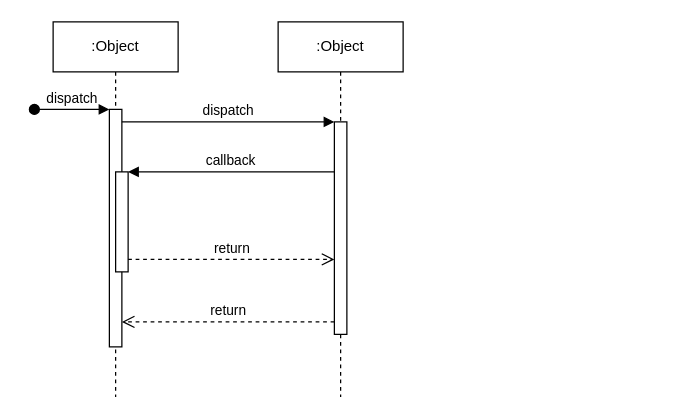
Before: Add item Sequence Diagram.drawio in adl409/SE-project-Group-5, a draw.io diagram. Source tidied: cells renumbered, new cells numbered last; positions are measured from the earlier drawing's top-left corner, leaving out a move shared by most shapes. Both pictures are drawn from the tidied source at 125%, with x=0, y=0 at pixel (34, 21).
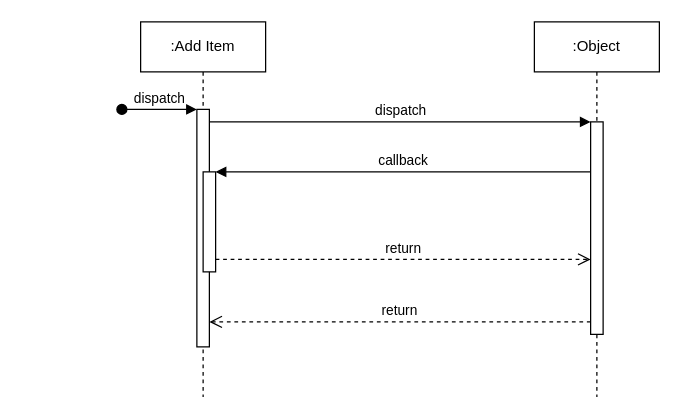
Above is the later version.

What changed in the source:
```diff
@@
 <mxGraphModel>
   <root>
     <mxCell id="0" />
     <mxCell id="1" parent="0" />
-    <mxCell id="2" value=":Object" style="shape=umlLifeline;perimeter=lifelinePerimeter;whiteSpace=wrap;html=1;newEdgeStyle={&quot;edgeStyle&quot;:&quot;elbowEdgeStyle&quot;,&quot;elbow&quot;:&quot;vertical&quot;,&quot;curved&quot;:0,&quot;rounded&quot;:0};" parent="1" vertex="1">
-      <mxGeometry x="15" width="100" height="300" as="geometry" />
+    <mxCell id="2" value=":Add Item" style="shape=umlLifeline;perimeter=lifelinePerimeter;whiteSpace=wrap;html=1;newEdgeStyle={&quot;edgeStyle&quot;:&quot;elbowEdgeStyle&quot;,&quot;elbow&quot;:&quot;vertical&quot;,&quot;curved&quot;:0,&quot;rounded&quot;:0};" parent="1" vertex="1">
+      <mxGeometry x="85" width="100" height="300" as="geometry" />
     </mxCell>
     <mxCell id="3" style="html=1;points=[];perimeter=orthogonalPerimeter;outlineConnect=0;targetShapes=umlLifeline;portConstraint=eastwest;newEdgeStyle={&quot;edgeStyle&quot;:&quot;elbowEdgeStyle&quot;,&quot;elbow&quot;:&quot;vertical&quot;,&quot;curved&quot;:0,&quot;rounded&quot;:0};" parent="2" vertex="1">
       <mxGeometry x="45" y="70" width="10" height="190" as="geometry" />
     </mxCell>
     <mxCell id="4" value="dispatch" style="html=1;verticalAlign=bottom;startArrow=oval;endArrow=block;startSize=8;edgeStyle=elbowEdgeStyle;elbow=vertical;curved=0;rounded=0;" parent="2" edge="1" target="3">
       <mxGeometry relative="1" as="geometry">
         <mxPoint x="-15" y="70" as="sourcePoint" />
       </mxGeometry>
     </mxCell>
     <mxCell id="5" style="html=1;points=[];perimeter=orthogonalPerimeter;outlineConnect=0;targetShapes=umlLifeline;portConstraint=eastwest;newEdgeStyle={&quot;edgeStyle&quot;:&quot;elbowEdgeStyle&quot;,&quot;elbow&quot;:&quot;vertical&quot;,&quot;curved&quot;:0,&quot;rounded&quot;:0};" parent="2" vertex="1">
       <mxGeometry x="50" y="120" width="10" height="80" as="geometry" />
     </mxCell>
     <mxCell id="6" value=":Object" style="shape=umlLifeline;perimeter=lifelinePerimeter;whiteSpace=wrap;html=1;newEdgeStyle={&quot;edgeStyle&quot;:&quot;elbowEdgeStyle&quot;,&quot;elbow&quot;:&quot;vertical&quot;,&quot;curved&quot;:0,&quot;rounded&quot;:0};" parent="1" vertex="1">
-      <mxGeometry x="195" width="100" height="300" as="geometry" />
+      <mxGeometry x="400" width="100" height="300" as="geometry" />
     </mxCell>
     <mxCell id="7" style="html=1;points=[];perimeter=orthogonalPerimeter;outlineConnect=0;targetShapes=umlLifeline;portConstraint=eastwest;newEdgeStyle={&quot;edgeStyle&quot;:&quot;elbowEdgeStyle&quot;,&quot;elbow&quot;:&quot;vertical&quot;,&quot;curved&quot;:0,&quot;rounded&quot;:0};" parent="6" vertex="1">
       <mxGeometry x="45" y="80" width="10" height="170" as="geometry" />
     </mxCell>
     <mxCell id="8" value="dispatch" style="html=1;verticalAlign=bottom;endArrow=block;edgeStyle=elbowEdgeStyle;elbow=vertical;curved=0;rounded=0;" parent="1" edge="1" source="3" target="7">
       <mxGeometry relative="1" as="geometry">
         <Array as="points">
           <mxPoint x="155" y="80" />
         </Array>
       </mxGeometry>
     </mxCell>
     <mxCell id="9" value="return" style="html=1;verticalAlign=bottom;endArrow=open;dashed=1;endSize=8;edgeStyle=elbowEdgeStyle;elbow=vertical;curved=0;rounded=0;" parent="1" edge="1" source="7" target="3">
       <mxGeometry relative="1" as="geometry">
         <Array as="points">
           <mxPoint x="165" y="240" />
         </Array>
       </mxGeometry>
     </mxCell>
     <mxCell id="10" value="callback" style="html=1;verticalAlign=bottom;endArrow=block;edgeStyle=elbowEdgeStyle;elbow=vertical;curved=0;rounded=0;" parent="1" edge="1" source="7" target="5">
       <mxGeometry relative="1" as="geometry">
         <Array as="points">
           <mxPoint x="165" y="120" />
         </Array>
       </mxGeometry>
     </mxCell>
     <mxCell id="11" value="return" style="html=1;verticalAlign=bottom;endArrow=open;dashed=1;endSize=8;edgeStyle=elbowEdgeStyle;elbow=vertical;curved=0;rounded=0;" parent="1" edge="1" source="5" target="7">
       <mxGeometry relative="1" as="geometry">
         <Array as="points">
           <mxPoint x="155" y="190" />
         </Array>
       </mxGeometry>
     </mxCell>
   </root>
 </mxGraphModel>
```
